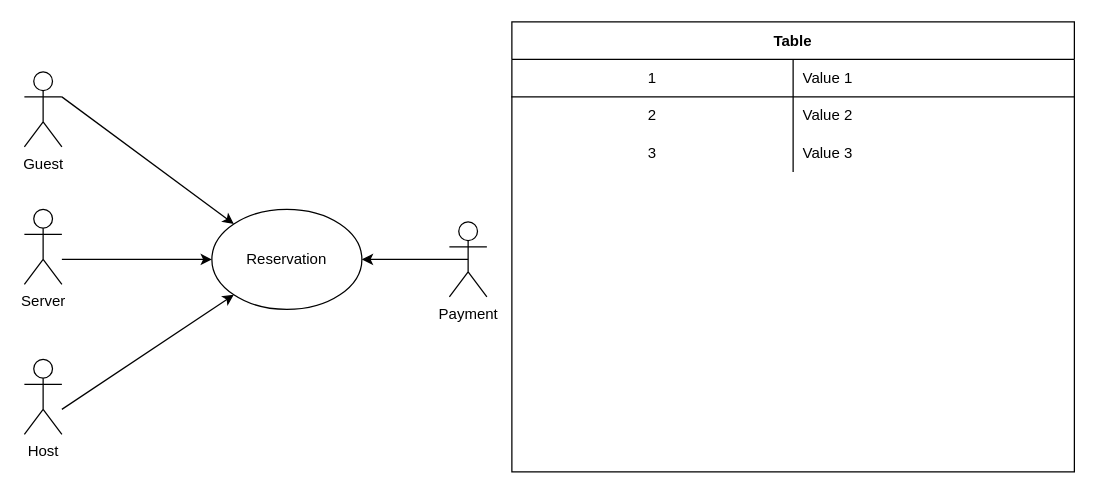
Before: Greenify_Entrr/Reservation.drawio in bangbka/Diagram, a draw.io diagram. Source tidied: cells renumbered, new cells numbered last; positions are measured from the earlier drawing's top-left corner, leaving out a move shared by most shapes. Both pictures are drawn from the tidied source at 125%, with x=0, y=0 at pixel (24, 21).
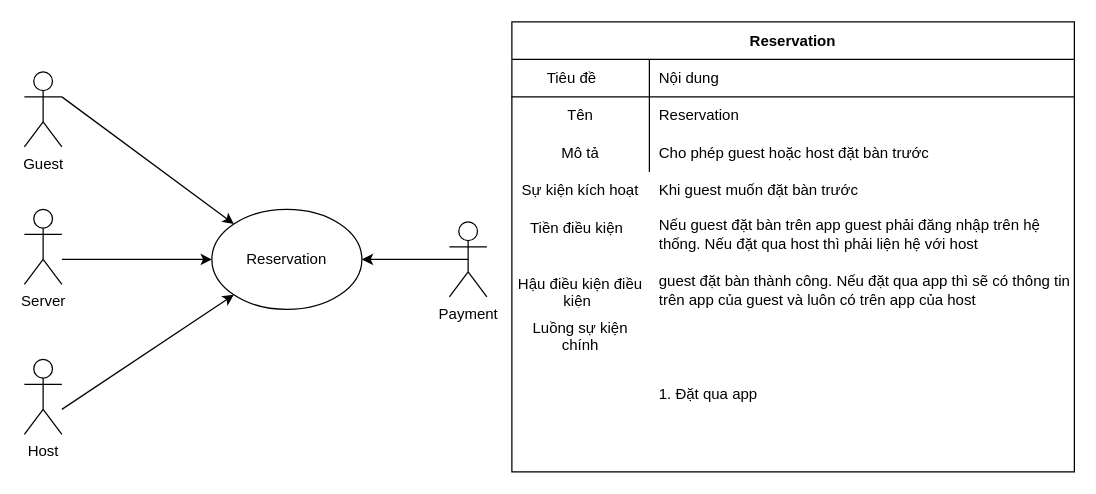
The same diagram, later.

The change refers to these unchanged cells:
```xml
<mxCell id="12" style="shape=partialRectangle;html=1;whiteSpace=wrap;fillColor=none;top=0;left=0;bottom=1;right=0;" parent="11" vertex="1">
  <mxGeometry y="30" width="450" height="30" as="geometry" />
</mxCell>
<mxCell id="15" style="shape=partialRectangle;html=1;whiteSpace=wrap;fillColor=none;top=0;left=0;bottom=0;right=0;" parent="11" vertex="1">
  <mxGeometry y="60" width="450" height="30" as="geometry" />
</mxCell>
<mxCell id="18" style="shape=partialRectangle;html=1;whiteSpace=wrap;fillColor=none;top=0;left=0;bottom=0;right=0;" parent="11" vertex="1">
  <mxGeometry y="90" width="450" height="30" as="geometry" />
</mxCell>
```

Diff of the diagram source:
```diff
@@
-    <mxCell id="11" value="Table" style="shape=table;startSize=30;childLayout=tableLayout;rowLines=0;fontStyle=1;align=center;" parent="1" vertex="1">
+    <mxCell id="11" value="Reservation" style="shape=table;startSize=30;childLayout=tableLayout;rowLines=0;fontStyle=1;align=center;" parent="1" vertex="1">
       <mxGeometry x="390" width="450" height="360" as="geometry" />
     </mxCell>
@@
-    <mxCell id="13" value="1" style="shape=partialRectangle;html=1;whiteSpace=wrap;fillColor=none;top=0;left=0;bottom=0;right=0;overflow=hidden;" parent="12" vertex="1">
-      <mxGeometry width="225" height="30" as="geometry" />
+    <mxCell id="13" value="Tiêu đề&amp;nbsp;&lt;span style=&quot;white-space: pre&quot;&gt;&#9;&lt;/span&gt;" style="shape=partialRectangle;html=1;whiteSpace=wrap;fillColor=none;top=0;left=0;bottom=0;right=0;overflow=hidden;" parent="12" vertex="1">
+      <mxGeometry width="110" height="30" as="geometry" />
     </mxCell>
-    <mxCell id="14" value="Value 1" style="shape=partialRectangle;html=1;whiteSpace=wrap;fillColor=none;top=0;left=0;bottom=0;right=0;align=left;spacingLeft=6;overflow=hidden;" parent="12" vertex="1">
-      <mxGeometry x="225" width="225" height="30" as="geometry" />
+    <mxCell id="14" value="Nội dung" style="shape=partialRectangle;html=1;whiteSpace=wrap;fillColor=none;top=0;left=0;bottom=0;right=0;align=left;spacingLeft=6;overflow=hidden;" parent="12" vertex="1">
+      <mxGeometry x="110" width="340" height="30" as="geometry" />
     </mxCell>
@@
-    <mxCell id="16" value="2" style="shape=partialRectangle;html=1;whiteSpace=wrap;fillColor=none;top=0;left=0;bottom=0;right=0;overflow=hidden;" parent="15" vertex="1">
-      <mxGeometry width="225" height="30" as="geometry" />
+    <mxCell id="16" value="Tên" style="shape=partialRectangle;html=1;whiteSpace=wrap;fillColor=none;top=0;left=0;bottom=0;right=0;overflow=hidden;" parent="15" vertex="1">
+      <mxGeometry width="110" height="30" as="geometry" />
     </mxCell>
-    <mxCell id="17" value="Value 2" style="shape=partialRectangle;html=1;whiteSpace=wrap;fillColor=none;top=0;left=0;bottom=0;right=0;align=left;spacingLeft=6;overflow=hidden;" parent="15" vertex="1">
-      <mxGeometry x="225" width="225" height="30" as="geometry" />
+    <mxCell id="17" value="Reservation" style="shape=partialRectangle;html=1;whiteSpace=wrap;fillColor=none;top=0;left=0;bottom=0;right=0;align=left;spacingLeft=6;overflow=hidden;" parent="15" vertex="1">
+      <mxGeometry x="110" width="340" height="30" as="geometry" />
     </mxCell>
@@
-    <mxCell id="19" value="3" style="shape=partialRectangle;html=1;whiteSpace=wrap;fillColor=none;top=0;left=0;bottom=0;right=0;overflow=hidden;" parent="18" vertex="1">
-      <mxGeometry width="225" height="30" as="geometry" />
+    <mxCell id="19" value="Mô tả" style="shape=partialRectangle;html=1;whiteSpace=wrap;fillColor=none;top=0;left=0;bottom=0;right=0;overflow=hidden;" parent="18" vertex="1">
+      <mxGeometry width="110" height="30" as="geometry" />
     </mxCell>
-    <mxCell id="20" value="Value 3" style="shape=partialRectangle;html=1;whiteSpace=wrap;fillColor=none;top=0;left=0;bottom=0;right=0;align=left;spacingLeft=6;overflow=hidden;" parent="18" vertex="1">
-      <mxGeometry x="225" width="225" height="30" as="geometry" />
+    <mxCell id="20" value="Cho phép guest hoặc host đặt bàn trước" style="shape=partialRectangle;html=1;whiteSpace=wrap;fillColor=none;top=0;left=0;bottom=0;right=0;align=left;spacingLeft=6;overflow=hidden;" parent="18" vertex="1">
+      <mxGeometry x="110" width="340" height="30" as="geometry" />
     </mxCell>
+    <mxCell id="21" value="Sự kiện kích hoạt" style="shape=partialRectangle;html=1;whiteSpace=wrap;fillColor=none;top=0;left=0;bottom=0;right=0;overflow=hidden;" parent="1" vertex="1">
+      <mxGeometry x="390" y="120" width="110" height="30" as="geometry" />
+    </mxCell>
+    <mxCell id="22" value="Khi guest muốn đặt bàn trước&amp;nbsp;" style="shape=partialRectangle;html=1;whiteSpace=wrap;fillColor=none;top=0;left=0;bottom=0;right=0;align=left;spacingLeft=6;overflow=hidden;" parent="1" vertex="1">
+      <mxGeometry x="500" y="120" width="340" height="30" as="geometry" />
+    </mxCell>
+    <mxCell id="23" value="Tiền điều kiện&lt;span style=&quot;white-space: pre&quot;&gt;&#9;&lt;/span&gt;" style="shape=partialRectangle;html=1;whiteSpace=wrap;fillColor=none;top=0;left=0;bottom=0;right=0;overflow=hidden;" parent="1" vertex="1">
+      <mxGeometry x="390" y="150" width="110" height="30" as="geometry" />
+    </mxCell>
+    <mxCell id="24" value="Nếu guest đặt bàn trên app guest phải đăng nhập trên hệ thống. Nếu đặt qua host thì phải liện hệ với host" style="shape=partialRectangle;html=1;whiteSpace=wrap;fillColor=none;top=0;left=0;bottom=0;right=0;align=left;spacingLeft=6;overflow=hidden;" parent="1" vertex="1">
+      <mxGeometry x="500" y="150" width="340" height="40" as="geometry" />
+    </mxCell>
+    <mxCell id="25" value="Hậu điều kiện điều kiện&lt;span style=&quot;white-space: pre&quot;&gt;&#9;&lt;/span&gt;" style="shape=partialRectangle;html=1;whiteSpace=wrap;fillColor=none;top=0;left=0;bottom=0;right=0;overflow=hidden;" parent="1" vertex="1">
+      <mxGeometry x="390" y="200" width="110" height="30" as="geometry" />
+    </mxCell>
+    <mxCell id="26" value="guest đặt bàn thành công. Nếu đặt qua app thì sẽ có thông tin trên app của guest và luôn có trên app của host&amp;nbsp;" style="shape=partialRectangle;html=1;whiteSpace=wrap;fillColor=none;top=0;left=0;bottom=0;right=0;align=left;spacingLeft=6;overflow=hidden;" parent="1" vertex="1">
+      <mxGeometry x="500" y="195" width="340" height="40" as="geometry" />
+    </mxCell>
+    <mxCell id="27" value="Luồng sự kiện chính" style="shape=partialRectangle;html=1;whiteSpace=wrap;fillColor=none;top=0;left=0;bottom=0;right=0;overflow=hidden;" parent="1" vertex="1">
+      <mxGeometry x="390" y="235" width="110" height="30" as="geometry" />
+    </mxCell>
+    <mxCell id="28" value="1. Đặt qua app&lt;br&gt;" style="shape=partialRectangle;html=1;whiteSpace=wrap;fillColor=none;top=0;left=0;bottom=0;right=0;align=left;spacingLeft=6;overflow=hidden;" parent="1" vertex="1">
+      <mxGeometry x="500" y="235" width="340" height="125" as="geometry" />
+    </mxCell>
```
